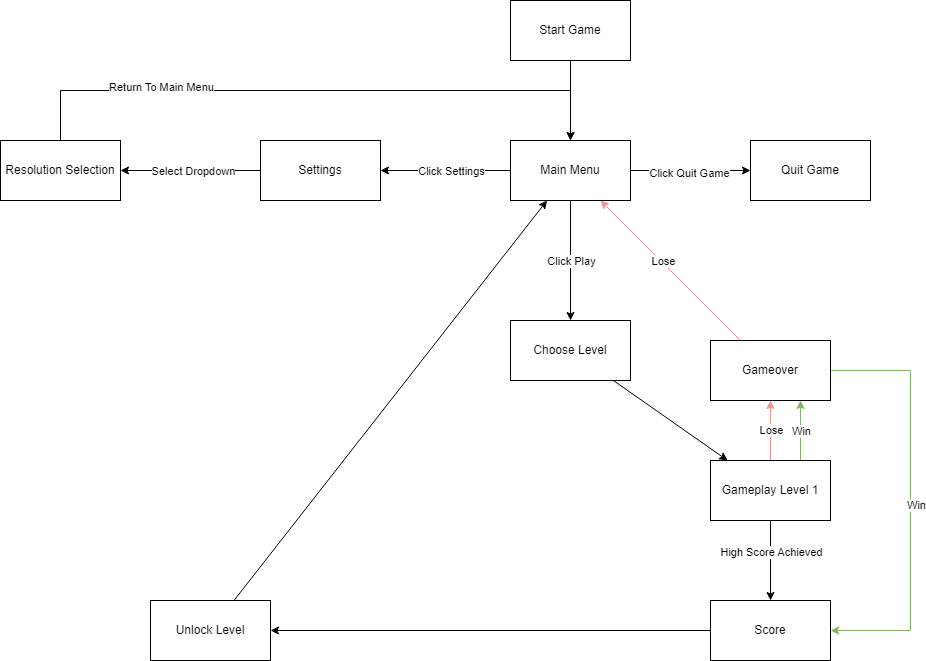
The draw.io diagram models/Zurvival Flow Chart.png in Troy-Qasper/Zurvival-Capstone, before a commit. Source tidied: cells renumbered, new cells last; positions are measured from the earlier drawing's top-left corner, leaving out a move shared by most shapes.
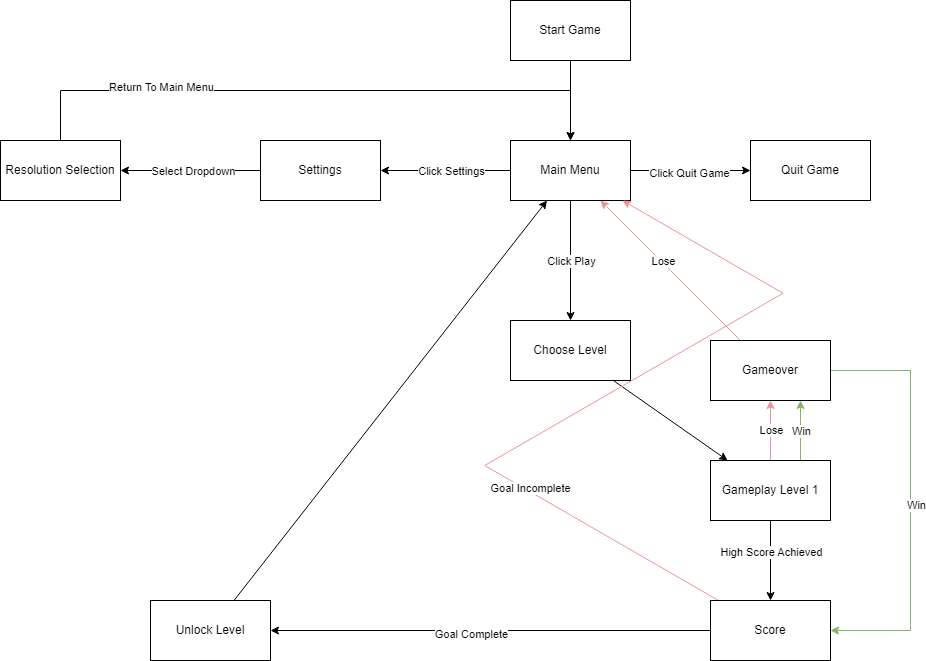
The same file after the commit.

Diff of the diagram source:
```diff
@@ -116,6 +116,20 @@
     <mxCell id="32" style="edgeStyle=orthogonalEdgeStyle;rounded=0;jettySize=auto;html=1;" parent="1" edge="1" source="33" target="35">
       <mxGeometry relative="1" as="geometry" />
     </mxCell>
+    <mxCell id="36" value="Goal Complete" style="edgeLabel;html=1;align=center;verticalAlign=middle;" parent="32" vertex="1">
+      <mxGeometry x="0.09" y="3" relative="1" as="geometry" />
+    </mxCell>
+    <mxCell id="37" style="edgeStyle=isometricEdgeStyle;rounded=0;jettySize=auto;html=1;elbow=vertical;strokeColor=#EB9494;" parent="1" edge="1" source="33" target="10">
+      <mxGeometry relative="1" as="geometry">
+        <Array as="points">
+          <mxPoint x="770" y="300" />
+          <mxPoint x="770" y="320" />
+        </Array>
+      </mxGeometry>
+    </mxCell>
+    <mxCell id="38" value="Goal Incomplete" style="edgeLabel;html=1;align=center;verticalAlign=middle;" parent="37" vertex="1">
+      <mxGeometry x="-0.45" y="-3" relative="1" as="geometry" />
+    </mxCell>
     <mxCell id="33" value="Score" style="rounded=0;whiteSpace=wrap;html=1;" parent="1" vertex="1">
       <mxGeometry x="710" y="600" width="120" height="60" as="geometry" />
     </mxCell>
```
